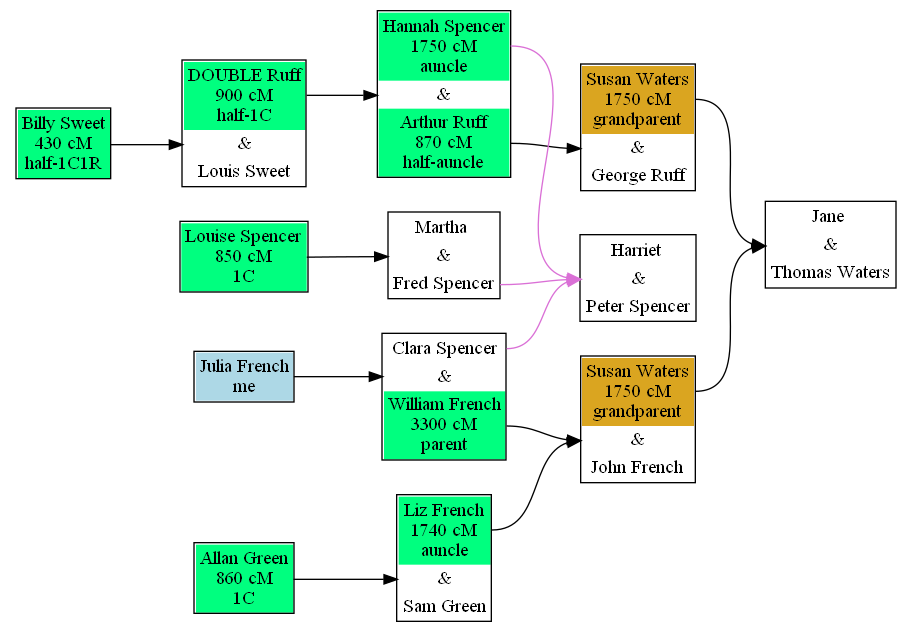
The Graphviz diagram test-data/double-cousins-plus.png in johnandrea/draw-dna-matches, before a commit. Its source is kept beside it as test-data/double-cousins-plus.dot.
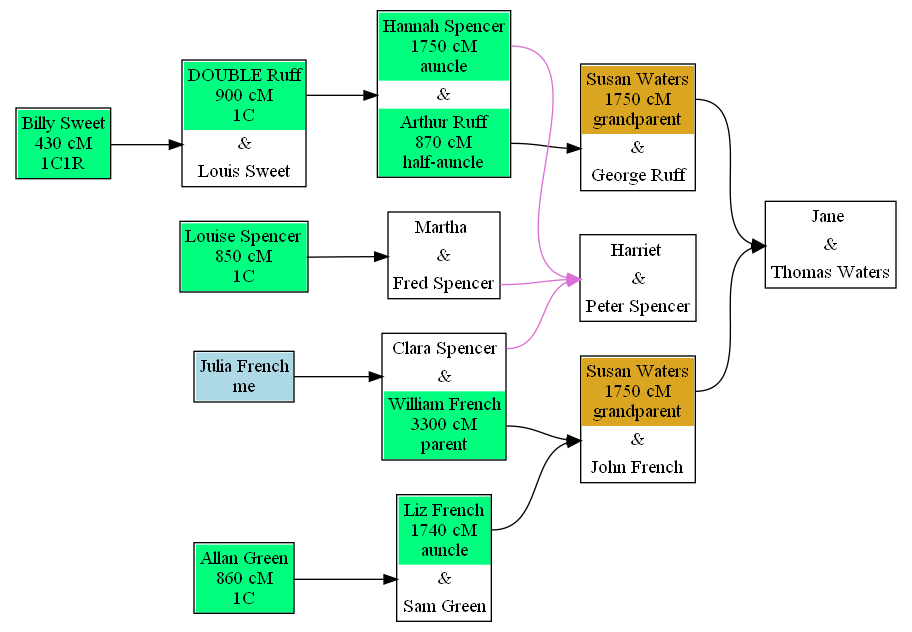
Later version of the same file.

Diff of the diagram source:
```diff
@@ -51,13 +51,13 @@
 </table>>];
 f9 [label=<
 <table cellpadding="3" border="1" cellspacing="0" cellborder="0">
-<tr><td port="w" bgcolor="springgreen">DOUBLE Ruff<br/>900 cM<br/>half-1C</td></tr>
+<tr><td port="w" bgcolor="springgreen">DOUBLE Ruff<br/>900 cM<br/>1C</td></tr>
 <tr><td port="u">&amp;</td></tr>
 <tr><td port="h">Louis Sweet</td></tr>
 </table>>];
-i7 [label=<
+i10 [label=<
 <table cellpadding="3" border="1" cellspacing="0" cellborder="0">
-<tr><td port="i" bgcolor="lightblue">Julia French<br/>me</td></tr>
+<tr><td port="i" bgcolor="springgreen">Allan Green<br/>860 cM<br/>1C</td></tr>
 </table>>];
 i18 [label=<
 <table cellpadding="3" border="1" cellspacing="0" cellborder="0">
@@ -65,23 +65,23 @@
 </table>>];
 i21 [label=<
 <table cellpadding="3" border="1" cellspacing="0" cellborder="0">
-<tr><td port="i" bgcolor="springgreen">Billy Sweet<br/>430 cM<br/>half-1C1R</td></tr>
+<tr><td port="i" bgcolor="springgreen">Billy Sweet<br/>430 cM<br/>1C1R</td></tr>
 </table>>];
-i10 [label=<
+i7 [label=<
 <table cellpadding="3" border="1" cellspacing="0" cellborder="0">
-<tr><td port="i" bgcolor="springgreen">Allan Green<br/>860 cM<br/>1C</td></tr>
+<tr><td port="i" bgcolor="lightblue">Julia French<br/>me</td></tr>
 </table>>];
+f3:w -> f6:u [color=orchid];
+f3:h -> f2:u;
+f4:w -> f2:u;
+i10:i -> f4:u;
 f7:h -> f6:u [color=orchid];
-f3:w -> f6:u [color=orchid];
-i10:i -> f4:u;
-f4:w -> f2:u;
 f8:w -> f6:u [color=orchid];
+i18:i -> f7:u;
+f8:h -> f5:u;
+i21:i -> f9:u;
+f5:w -> f1:u;
 f9:w -> f8:u;
-i18:i -> f7:u;
+i7:i -> f3:u;
 f2:w -> f1:u;
-i21:i -> f9:u;
-i7:i -> f3:u;
-f3:h -> f2:u;
-f5:w -> f1:u;
-f8:h -> f5:u;
 }
```
